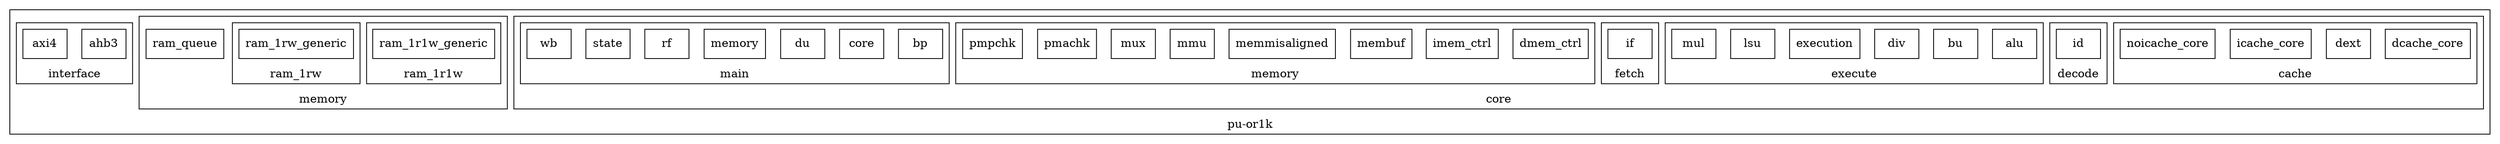
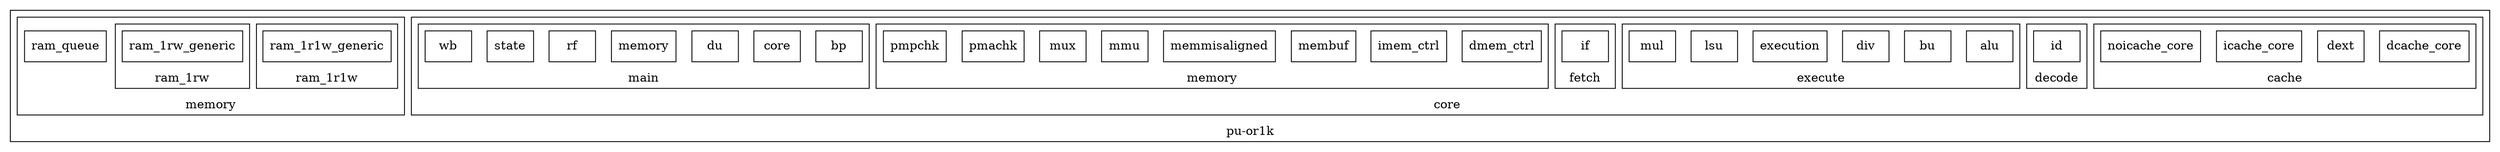
digraph Project {
  // Introduction
  graph [rankdir = BT, splines=ortho];
  node[shape=record];

  // Blocks
  subgraph "cluster pu-or1k" { label = "pu-or1k";
    subgraph "cluster core" { label = "core";
      subgraph "cluster cache" { label = "cache";
        dcache_core[shape=box, label="dcache_core"];
        dext[shape=box, label="dext"];
        icache_core[shape=box, label="icache_core"];
        noicache_core[shape=box, label="noicache_core"];
      }
      subgraph "cluster decode" { label = "decode";
        id[shape=box, label="id"];
      }
      subgraph "cluster execute" { label = "execute";
        alu[shape=box, label="alu"];
        bu[shape=box, label="bu"];
        div[shape=box, label="div"];
        execution[shape=box, label="execution"];
        lsu[shape=box, label="lsu"];
        mul[shape=box, label="mul"];
      }
      subgraph "cluster fetch" { label = "fetch";
        if[shape=box, label="if"];
      }
      subgraph "cluster memory" { label = "memory";
        dmem_ctrl[shape=box, label="dmem_ctrl"];
        imem_ctrl[shape=box, label="imem_ctrl"];
        membuf[shape=box, label="membuf"];
        memmisaligned[shape=box, label="memmisaligned"];
        mmu[shape=box, label="mmu"];
        mux[shape=box, label="mux"];
        pmachk[shape=box, label="pmachk"];
        pmpchk[shape=box, label="pmpchk"];
      }
      subgraph "cluster main" { label = "main";
        bp[shape=box, label="bp"];
        core[shape=box, label="core"];
        du[shape=box, label="du"];
        memory[shape=box, label="memory"];
        rf[shape=box, label="rf"];
        state[shape=box, label="state"];
        wb[shape=box, label="wb"];
      }
    }
    subgraph "cluster memory" { label = "memory";
      subgraph "cluster ram_1r1w" { label = "ram_1r1w";
        ram_1r1w_generic[shape=box, label="ram_1r1w_generic"];
      }
      subgraph "cluster ram_1rw" { label = "ram_1rw";
        ram_1rw_generic[shape=box, label="ram_1rw_generic"];
      }
      ram_queue[shape=box, label="ram_queue"];
    }
    subgraph "cluster interface" { label = "interface";
-       ahb3[shape=box, label="ahb3"];
-       axi4[shape=box, label="axi4"];
      wb[shape=box, label="wb"];
    }
  }
}
